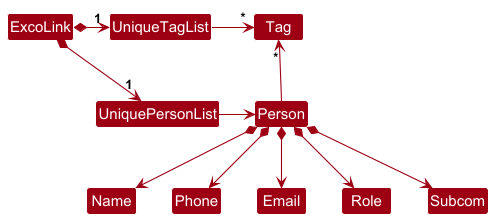
Before: docs/images/BetterModelClassDiagram.png, a diagram exported from PlantUML (AY2526S1-CS2103T-T12-3/tp). Source of this version:
```plantuml
@startuml
!include style.puml
skinparam arrowThickness 1.1
skinparam arrowColor MODEL_COLOR
skinparam classBackgroundColor MODEL_COLOR

ExcoLink *-right-> "1" UniquePersonList
ExcoLink *-right-> "1" UniqueTagList
UniqueTagList -[hidden]down- UniquePersonList
UniqueTagList -[hidden]down- UniquePersonList

UniqueTagList -right-> "*" Tag
UniquePersonList -right-> Person

Person -up-> "*" Tag

Person *--> Name
Person *--> Phone
Person *--> Email
Person *--> Role
Person *--> Subcom
@enduml
```
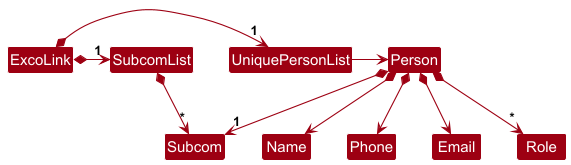
Above is the later version.

Commit message:
Fix model diagram to remove tag

Diff of the diagram source:
```diff
@@ -5,18 +5,17 @@
 skinparam classBackgroundColor MODEL_COLOR
 
 ExcoLink *-right-> "1" UniquePersonList
-ExcoLink *-right-> "1" UniqueTagList
-UniqueTagList -[hidden]down- UniquePersonList
-UniqueTagList -[hidden]down- UniquePersonList
+ExcoLink *-right-> "1" SubcomList
 
-UniqueTagList -right-> "*" Tag
+
+
 UniquePersonList -right-> Person
 
-Person -up-> "*" Tag
+SubcomList *-right-> "*" Subcom
 
 Person *--> Name
 Person *--> Phone
 Person *--> Email
-Person *--> Role
-Person *--> Subcom
+Person *--> "*" Role
+Person *--> "1" Subcom
 @enduml
```
